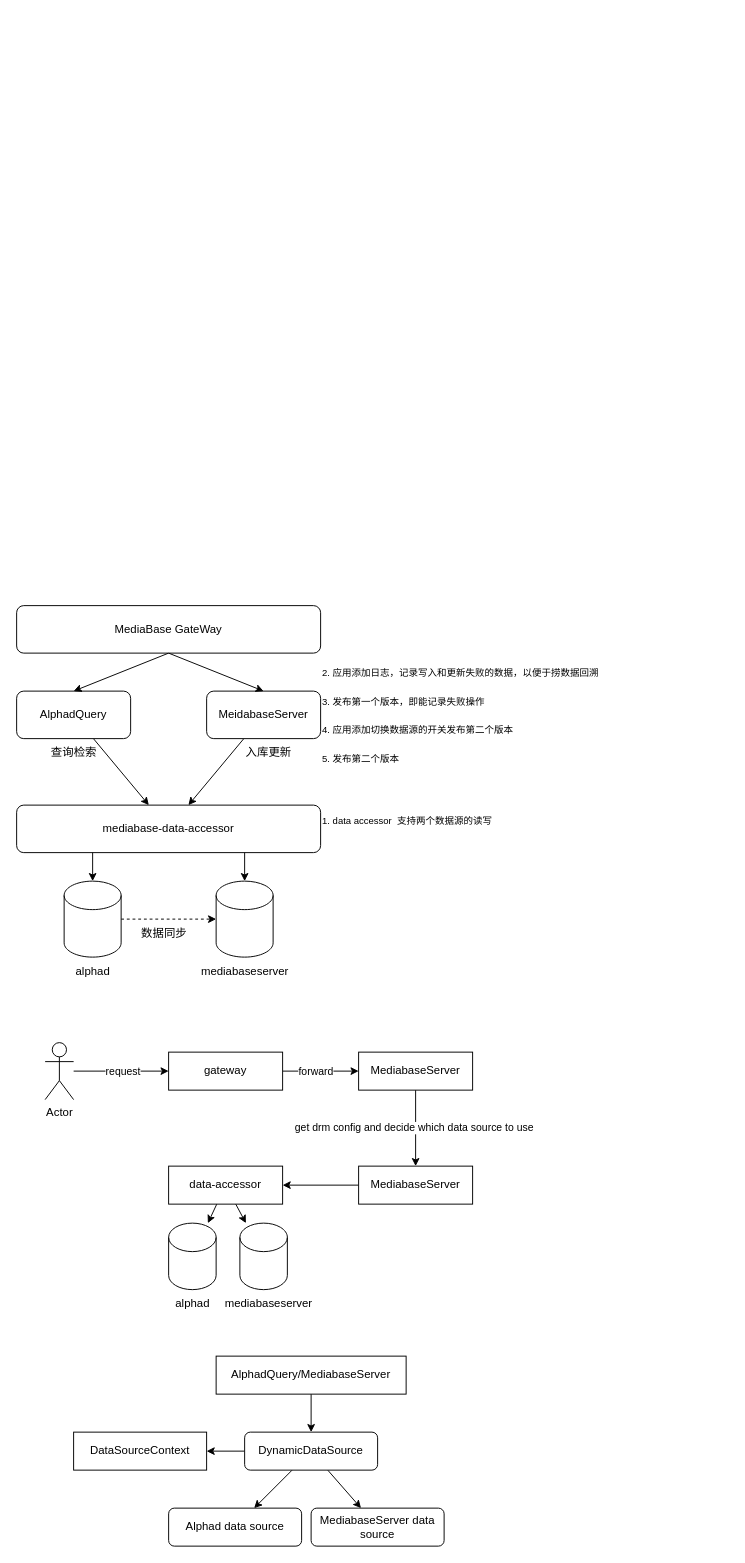
Before: graphs/rdb_migration_design.drawio in zhongchun/daily, a draw.io diagram. Source tidied: cells renumbered, new cells numbered last; positions are measured from the earlier drawing's top-left corner, leaving out a move shared by most shapes. Both pictures are drawn from the tidied source at 95%, with x=0, y=0 at pixel (16, 605).
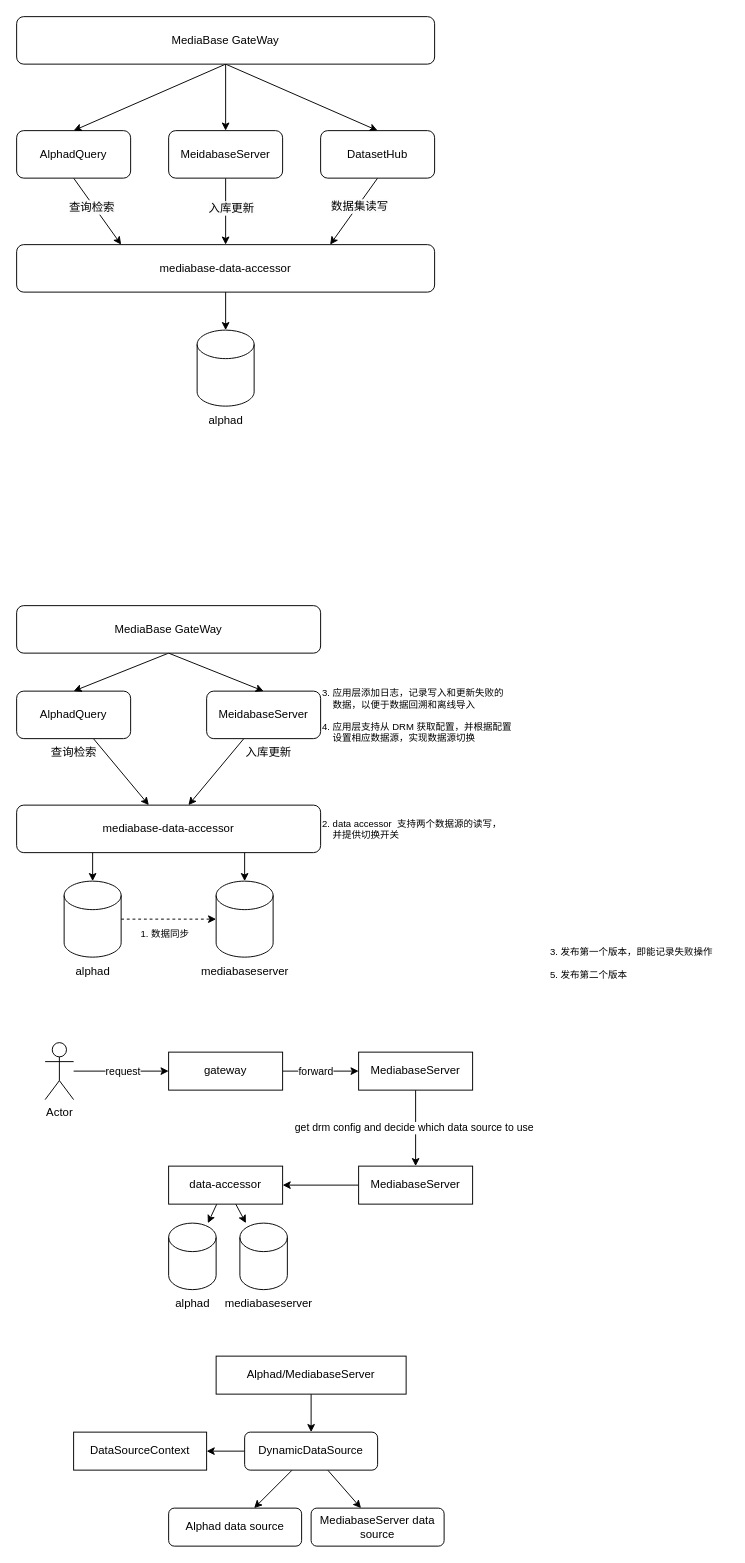
Above is the later version.

Commit message (it also covers changes not shown here):
some modifications of stream engine

The edit, as a diff of the source:
```diff
@@
-    <mxCell id="19" value="数据同步" style="text;html=1;align=center;verticalAlign=middle;" parent="1" vertex="1">
-      <mxGeometry x="120" y="330" width="70" height="30" as="geometry" />
+    <mxCell id="19" value="&lt;font style=&quot;font-size: 10px;&quot;&gt;1. 数据同步&lt;/font&gt;" style="text;html=1;align=center;verticalAlign=middle;" parent="1" vertex="1">
+      <mxGeometry x="121" y="332" width="69" height="26" as="geometry" />
     </mxCell>
-    <mxCell id="20" value="1. data accessor&amp;nbsp; 支持两个数据源的读写" style="text;html=1;align=left;verticalAlign=middle;strokeColor=none;fillColor=none;fontSize=10;" parent="1" vertex="1">
-      <mxGeometry x="320" y="214" width="197" height="24" as="geometry" />
+    <mxCell id="20" value="2. data accessor&amp;nbsp; 支持两个数据源的读写，&lt;br&gt;&amp;nbsp; &amp;nbsp; 并提供切换开关" style="text;html=1;align=left;verticalAlign=middle;strokeColor=none;fillColor=none;fontSize=10;" parent="1" vertex="1">
+      <mxGeometry x="320" y="217" width="207" height="36" as="geometry" />
     </mxCell>
-    <mxCell id="21" value="2. 应用添加日志，记录写入和更新失败的数据，以便于捞数据回溯" style="text;html=1;align=left;verticalAlign=middle;strokeColor=none;fillColor=none;fontSize=10;" parent="1" vertex="1">
-      <mxGeometry x="320" y="59" width="309" height="24" as="geometry" />
+    <mxCell id="21" value="3. 应用层添加日志，记录写入和更新失败的&lt;br&gt;&amp;nbsp; &amp;nbsp; 数据，以便于数据回溯和离线导入" style="text;html=1;align=left;verticalAlign=middle;strokeColor=none;fillColor=none;fontSize=10;" parent="1" vertex="1">
+      <mxGeometry x="320" y="79.5" width="209" height="36" as="geometry" />
     </mxCell>
     <mxCell id="22" value="3. 发布第一个版本，即能记录失败操作" style="text;html=1;align=left;verticalAlign=middle;strokeColor=none;fillColor=none;fontSize=10;" parent="1" vertex="1">
-      <mxGeometry x="320" y="89" width="189" height="24" as="geometry" />
+      <mxGeometry x="560" y="352" width="189" height="24" as="geometry" />
     </mxCell>
-    <mxCell id="23" value="4. 应用添加切换数据源的开关发布第二个版本" style="text;html=1;align=left;verticalAlign=middle;strokeColor=none;fillColor=none;fontSize=10;" parent="1" vertex="1">
-      <mxGeometry x="320" y="119" width="219" height="24" as="geometry" />
+    <mxCell id="23" value="4. 应用层支持从 DRM 获取配置，并根据配置&lt;br&gt;&amp;nbsp; &amp;nbsp; 设置相应数据源，实现数据源切换" style="text;html=1;align=left;verticalAlign=middle;strokeColor=none;fillColor=none;fontSize=10;" parent="1" vertex="1">
+      <mxGeometry x="320" y="114.5" width="217" height="36" as="geometry" />
     </mxCell>
     <mxCell id="24" value="5. 发布第二个版本" style="text;html=1;align=left;verticalAlign=middle;fontSize=10;" parent="1" vertex="1">
-      <mxGeometry x="320" y="149" width="99" height="24" as="geometry" />
+      <mxGeometry x="560" y="376" width="99" height="24" as="geometry" />
     </mxCell>
@@
-    <mxCell id="50" value="AlphadQuery/MediabaseServer" style="rounded=0;whiteSpace=wrap;html=1;" parent="1" vertex="1">
+    <mxCell id="50" value="Alphad/MediabaseServer" style="rounded=0;whiteSpace=wrap;html=1;" parent="1" vertex="1">
       <mxGeometry x="210" y="790" width="200" height="40" as="geometry" />
     </mxCell>
+    <mxCell id="51" value="mediabase-data-accessor" style="rounded=1;whiteSpace=wrap;html=1;" parent="1" vertex="1">
+      <mxGeometry y="-380" width="440" height="50" as="geometry" />
+    </mxCell>
+    <mxCell id="52" style="shape=cylinder3;whiteSpace=wrap;html=1;boundedLbl=1;backgroundOutline=1;size=15;" parent="1" vertex="1">
+      <mxGeometry x="190" y="-290" width="60" height="80" as="geometry" />
+    </mxCell>
+    <mxCell id="53" value="&lt;span style=&quot;&quot;&gt;alphad&lt;/span&gt;" style="text;html=1;align=center;verticalAlign=middle;" parent="1" vertex="1">
+      <mxGeometry x="190" y="-210" width="60" height="30" as="geometry" />
+    </mxCell>
+    <mxCell id="54" style="endArrow=classic;html=1;exitX=0.5;exitY=1;exitDx=0;exitDy=0;entryX=0.5;entryY=0;entryDx=0;entryDy=0;entryPerimeter=0;" parent="1" edge="1" source="51" target="52">
+      <mxGeometry relative="1" as="geometry" />
+    </mxCell>
+    <mxCell id="55" style="edgeStyle=none;html=1;entryX=0.25;entryY=0;entryDx=0;entryDy=0;exitX=0.5;exitY=1;exitDx=0;exitDy=0;" parent="1" edge="1" source="57" target="51">
+      <mxGeometry relative="1" as="geometry" />
+    </mxCell>
+    <mxCell id="56" value="&lt;span style=&quot;font-size: 12px; background-color: rgb(251, 251, 251);&quot;&gt;查询检索&lt;/span&gt;" style="edgeLabel;html=1;align=center;verticalAlign=middle;" parent="55" vertex="1">
+      <mxGeometry x="-0.26" relative="1" as="geometry">
+        <mxPoint y="4" as="offset" />
+      </mxGeometry>
+    </mxCell>
+    <mxCell id="57" value="AlphadQuery" style="rounded=1;whiteSpace=wrap;html=1;" parent="1" vertex="1">
+      <mxGeometry y="-500" width="120" height="50" as="geometry" />
+    </mxCell>
+    <mxCell id="58" style="edgeStyle=none;html=1;" parent="1" edge="1" source="60" target="51">
+      <mxGeometry relative="1" as="geometry" />
+    </mxCell>
+    <mxCell id="59" value="&lt;span style=&quot;font-size: 12px; background-color: rgb(251, 251, 251);&quot;&gt;入库更新&lt;/span&gt;" style="edgeLabel;html=1;align=center;verticalAlign=middle;" parent="58" vertex="1">
+      <mxGeometry x="-0.35" y="2" relative="1" as="geometry">
+        <mxPoint x="3" y="8" as="offset" />
+      </mxGeometry>
+    </mxCell>
+    <mxCell id="60" value="&lt;span style=&quot;&quot;&gt;MeidabaseServer&lt;/span&gt;" style="rounded=1;whiteSpace=wrap;html=1;" parent="1" vertex="1">
+      <mxGeometry x="160" y="-500" width="120" height="50" as="geometry" />
+    </mxCell>
+    <mxCell id="61" style="edgeStyle=none;html=1;entryX=0.5;entryY=0;entryDx=0;entryDy=0;exitX=0.5;exitY=1;exitDx=0;exitDy=0;" parent="1" edge="1" source="63" target="57">
+      <mxGeometry relative="1" as="geometry" />
+    </mxCell>
+    <mxCell id="62" style="edgeStyle=none;html=1;exitX=0.5;exitY=1;exitDx=0;exitDy=0;entryX=0.5;entryY=0;entryDx=0;entryDy=0;" parent="1" edge="1" source="63" target="67">
+      <mxGeometry relative="1" as="geometry" />
+    </mxCell>
+    <mxCell id="63" value="MediaBase GateWay" style="rounded=1;whiteSpace=wrap;html=1;" parent="1" vertex="1">
+      <mxGeometry y="-620" width="440" height="50" as="geometry" />
+    </mxCell>
+    <mxCell id="64" style="edgeStyle=none;html=1;entryX=0.5;entryY=0;entryDx=0;entryDy=0;exitX=0.5;exitY=1;exitDx=0;exitDy=0;" parent="1" edge="1" source="63" target="60">
+      <mxGeometry relative="1" as="geometry" />
+    </mxCell>
+    <mxCell id="65" style="edgeStyle=none;html=1;exitX=0.5;exitY=1;exitDx=0;exitDy=0;entryX=0.75;entryY=0;entryDx=0;entryDy=0;" parent="1" edge="1" source="67" target="51">
+      <mxGeometry relative="1" as="geometry" />
+    </mxCell>
+    <mxCell id="66" value="&lt;span style=&quot;font-size: 12px; background-color: rgb(251, 251, 251);&quot;&gt;数据集读写&lt;/span&gt;" style="edgeLabel;html=1;align=center;verticalAlign=middle;" parent="65" vertex="1">
+      <mxGeometry x="-0.18" y="1" relative="1" as="geometry" />
+    </mxCell>
+    <mxCell id="67" value="DatasetHub" style="whiteSpace=wrap;html=1;rounded=1;" parent="1" vertex="1">
+      <mxGeometry x="320" y="-500" width="120" height="50" as="geometry" />
+    </mxCell>
```
